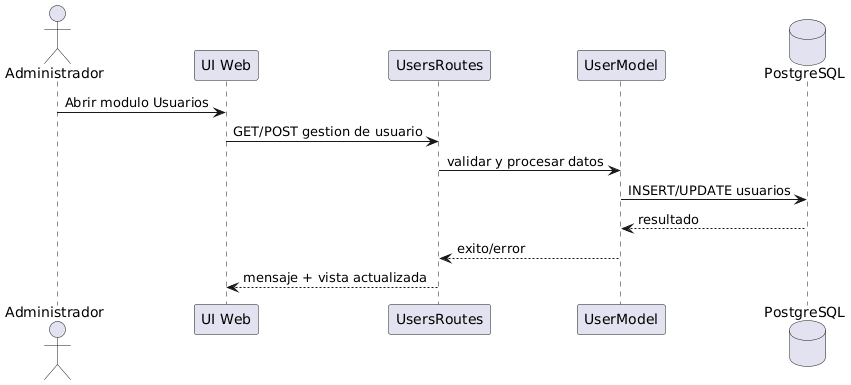
maranavard/SISTEMA-COMPUTACIONAL-PARA-LA-GESTION-Y-CONTROL-DE-ACCESO-DE-AUTOMOVILES-M-DULO-WEB keeps this PlantUML diagram as docs/uml/render/secuencias/CU01_gestionar_usuarios_roles.png. Above is the earlier version.
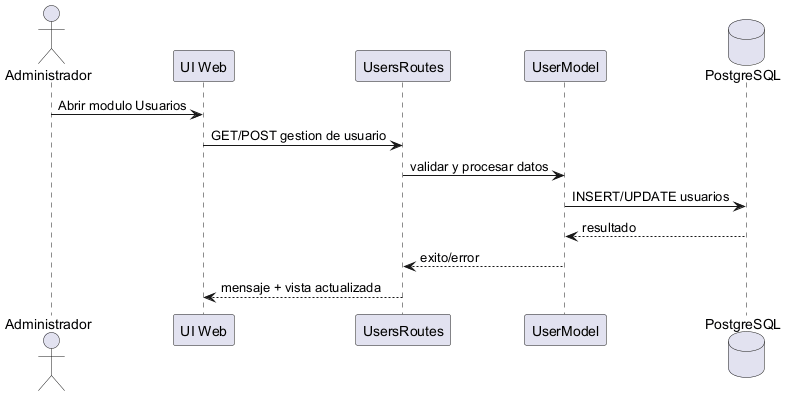
After the commit.

Change to the diagram source:
```diff
@@ -1,4 +1,4 @@
-@startuml
+@startuml CU01_gestionar_usuarios_roles
 actor Administrador
 participant "UI Web" as UI
 participant "UsersRoutes" as R
```
